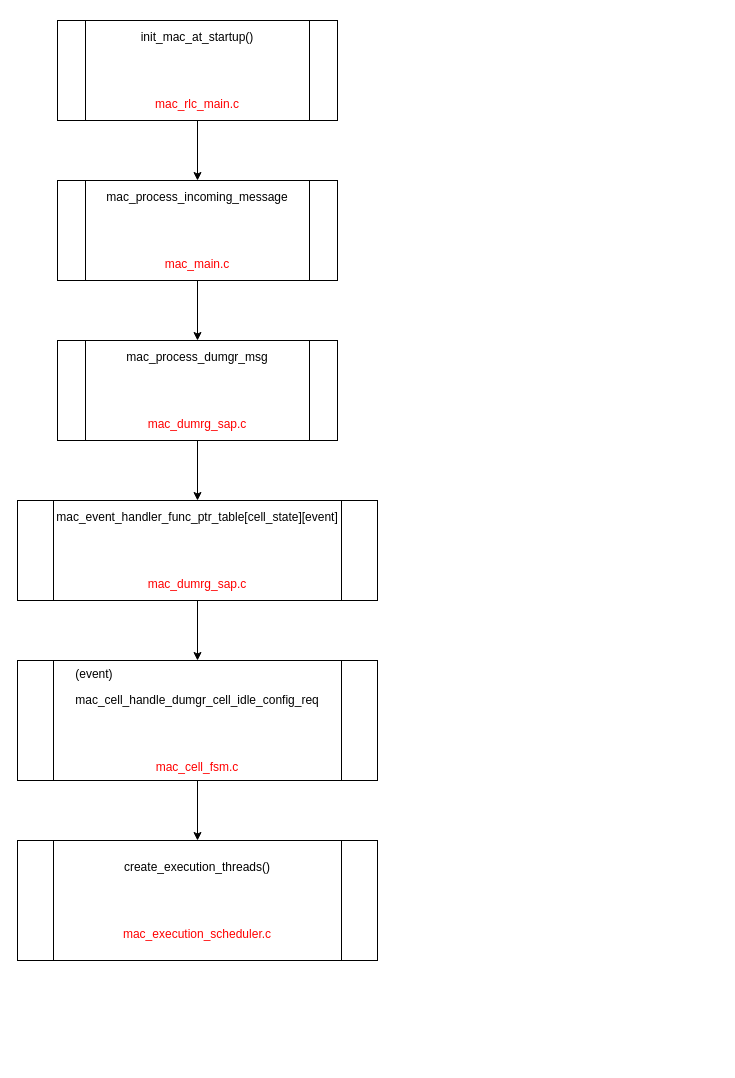
LinhT321099/Hello_World keeps this draw.io diagram as .idea/Untitled Diagram.drawio. Above is the earlier version. Source tidied: cells renumbered, new cells numbered last; positions are measured from the earlier drawing's top-left corner, leaving out a move shared by most shapes. Both pictures are drawn from the tidied source at 100%, with x=0, y=0 at pixel (17, 20).
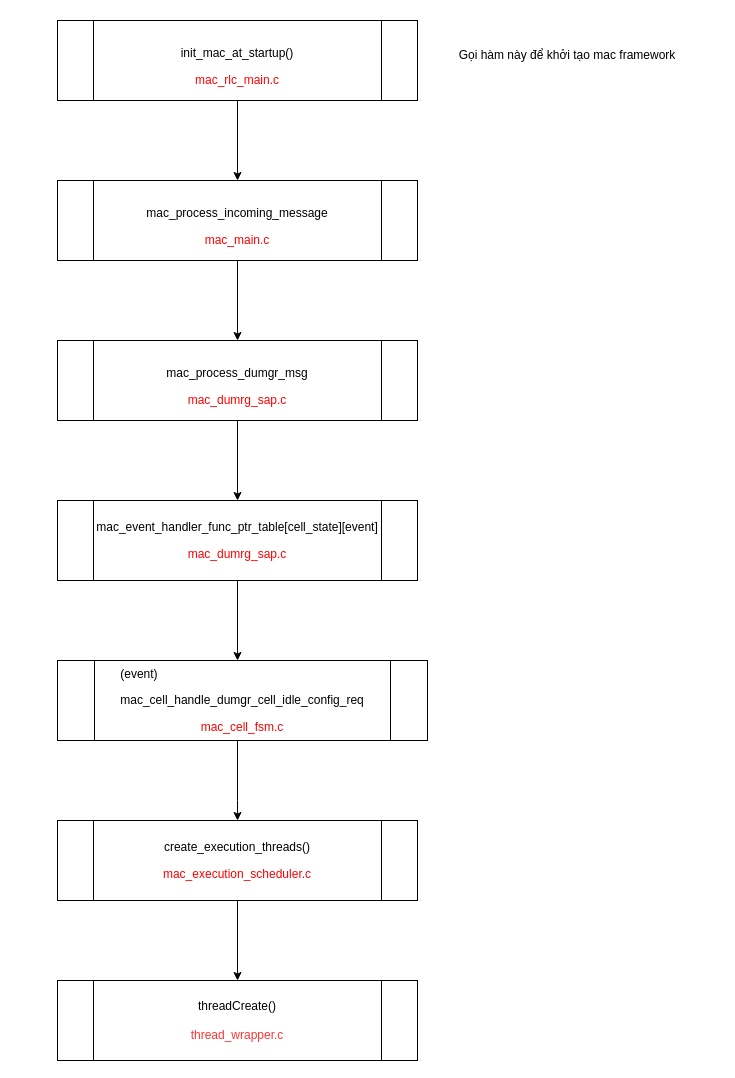
Above is the later version.

What changed in the source:
```diff
@@
 <mxGraphModel>
   <root>
     <mxCell id="0" />
     <mxCell id="1" parent="0" />
     <mxCell id="2" style="edgeStyle=orthogonalEdgeStyle;rounded=0;jettySize=auto;html=1;" parent="1" edge="1" source="3" target="5">
       <mxGeometry relative="1" as="geometry" />
     </mxCell>
-    <mxCell id="3" value="&lt;p class=&quot;MsoNormal&quot;&gt;init_mac_at_startup() &lt;/p&gt;&lt;br/&gt;&lt;br/&gt;&lt;p class=&quot;MsoNormal&quot;&gt;&lt;span style=&quot;color: red&quot;&gt;mac_rlc_main.c&lt;/span&gt;&lt;/p&gt;" style="shape=process;whiteSpace=wrap;html=1;backgroundOutline=1;" parent="1" vertex="1">
-      <mxGeometry x="40" width="280" height="100" as="geometry" />
+    <mxCell id="3" value="&lt;p class=&quot;MsoNormal&quot;&gt;init_mac_at_startup() &lt;/p&gt;&lt;span style=&quot;color: red&quot;&gt;mac_rlc_main.c&lt;/span&gt;" style="shape=process;whiteSpace=wrap;html=1;backgroundOutline=1;" parent="1" vertex="1">
+      <mxGeometry x="40" width="360" height="80" as="geometry" />
     </mxCell>
     <mxCell id="4" style="edgeStyle=orthogonalEdgeStyle;rounded=0;jettySize=auto;html=1;" parent="1" edge="1" source="5" target="7">
       <mxGeometry relative="1" as="geometry" />
     </mxCell>
-    <mxCell id="5" value="&lt;p class=&quot;MsoNormal&quot;&gt;mac_process_incoming_message&lt;br/&gt;&lt;/p&gt;&lt;br/&gt;&lt;br/&gt;&lt;p class=&quot;MsoNormal&quot;&gt;&lt;span style=&quot;color: red&quot;&gt;mac_main.c&lt;/span&gt;&lt;/p&gt;" style="shape=process;whiteSpace=wrap;html=1;backgroundOutline=1;" parent="1" vertex="1">
-      <mxGeometry x="40" y="160" width="280" height="100" as="geometry" />
+    <mxCell id="5" value="&lt;p class=&quot;MsoNormal&quot;&gt;mac_process_incoming_message&lt;br&gt;&lt;/p&gt;&lt;span style=&quot;color: red&quot;&gt;mac_main.c&lt;/span&gt;" style="shape=process;whiteSpace=wrap;html=1;backgroundOutline=1;" parent="1" vertex="1">
+      <mxGeometry x="40" y="160" width="360" height="80" as="geometry" />
     </mxCell>
     <mxCell id="6" style="edgeStyle=orthogonalEdgeStyle;rounded=0;jettySize=auto;html=1;" parent="1" edge="1" source="7" target="9">
       <mxGeometry relative="1" as="geometry" />
     </mxCell>
-    <mxCell id="7" value="&lt;p class=&quot;MsoNormal&quot;&gt;mac_process_dumgr_msg &lt;/p&gt;&lt;br/&gt;&lt;br/&gt;&lt;p class=&quot;MsoNormal&quot;&gt;&lt;span style=&quot;color: red&quot;&gt;mac_dumrg_sap.c&lt;/span&gt;&lt;/p&gt;" style="shape=process;whiteSpace=wrap;html=1;backgroundOutline=1;" parent="1" vertex="1">
-      <mxGeometry x="40" y="320" width="280" height="100" as="geometry" />
+    <mxCell id="7" value="&lt;p class=&quot;MsoNormal&quot;&gt;mac_process_dumgr_msg &lt;/p&gt;&lt;span style=&quot;color: red&quot;&gt;mac_dumrg_sap.c&lt;/span&gt;" style="shape=process;whiteSpace=wrap;html=1;backgroundOutline=1;" parent="1" vertex="1">
+      <mxGeometry x="40" y="320" width="360" height="80" as="geometry" />
     </mxCell>
     <mxCell id="8" style="edgeStyle=orthogonalEdgeStyle;rounded=0;jettySize=auto;html=1;" parent="1" edge="1" source="9" target="11">
-      <mxGeometry relative="1" as="geometry" />
+      <mxGeometry relative="1" as="geometry">
+        <Array as="points">
+          <mxPoint x="220" y="630" />
+          <mxPoint x="220" y="630" />
+        </Array>
+      </mxGeometry>
     </mxCell>
-    <mxCell id="9" value="&lt;p class=&quot;MsoNormal&quot;&gt;mac_event_handler_func_ptr_table[cell_state][event]&lt;/p&gt;&lt;p class=&quot;MsoNormal&quot;&gt;&lt;br/&gt;&lt;br/&gt;&lt;/p&gt;&lt;p class=&quot;MsoNormal&quot;&gt;&lt;span style=&quot;color: red&quot;&gt;mac_dumrg_sap.c&lt;/span&gt;&lt;/p&gt;" style="shape=process;whiteSpace=wrap;html=1;backgroundOutline=1;" parent="1" vertex="1">
-      <mxGeometry y="480" width="360" height="100" as="geometry" />
+    <mxCell id="9" value="&lt;p class=&quot;MsoNormal&quot;&gt;mac_event_handler_func_ptr_table[cell_state][event]&lt;/p&gt;&lt;p class=&quot;MsoNormal&quot;&gt;&lt;span style=&quot;color: red&quot;&gt;mac_dumrg_sap.c&lt;/span&gt;&lt;br&gt;&lt;/p&gt;" style="shape=process;whiteSpace=wrap;html=1;backgroundOutline=1;" parent="1" vertex="1">
+      <mxGeometry x="40" y="480" width="360" height="80" as="geometry" />
     </mxCell>
     <mxCell id="10" style="edgeStyle=orthogonalEdgeStyle;rounded=0;jettySize=auto;html=1;" parent="1" edge="1" source="11" target="12">
-      <mxGeometry relative="1" as="geometry" />
+      <mxGeometry relative="1" as="geometry">
+        <Array as="points">
+          <mxPoint x="220" y="780" />
+          <mxPoint x="220" y="780" />
+        </Array>
+      </mxGeometry>
     </mxCell>
-    <mxCell id="11" value="&lt;p class=&quot;MsoNormal&quot; style=&quot;text-align: left&quot;&gt;(event)&amp;nbsp;&lt;/p&gt;&lt;p class=&quot;MsoNormal&quot;&gt;mac_cell_handle_dumgr_cell_idle_config_req&lt;/p&gt;&lt;p class=&quot;MsoNormal&quot;&gt;&lt;br&gt;&lt;br&gt;&lt;/p&gt;&lt;p class=&quot;MsoNormal&quot;&gt;&lt;span style=&quot;color: red&quot;&gt;mac_cell_fsm.c&lt;/span&gt;&lt;/p&gt;" style="shape=process;whiteSpace=wrap;html=1;backgroundOutline=1;" parent="1" vertex="1">
-      <mxGeometry y="640" width="360" height="120" as="geometry" />
+    <mxCell id="11" value="&lt;p class=&quot;MsoNormal&quot; style=&quot;text-align: left&quot;&gt;(event)&amp;nbsp;&lt;/p&gt;&lt;p class=&quot;MsoNormal&quot;&gt;mac_cell_handle_dumgr_cell_idle_config_req&lt;/p&gt;&lt;p class=&quot;MsoNormal&quot;&gt;&lt;span style=&quot;color: red&quot;&gt;mac_cell_fsm.c&lt;/span&gt;&lt;br&gt;&lt;/p&gt;" style="shape=process;whiteSpace=wrap;html=1;backgroundOutline=1;" parent="1" vertex="1">
+      <mxGeometry x="40" y="640" width="370" height="80" as="geometry" />
     </mxCell>
+    <mxCell id="13" style="edgeStyle=orthogonalEdgeStyle;rounded=0;jettySize=auto;html=1;" parent="1" edge="1" source="12" target="14">
+      <mxGeometry relative="1" as="geometry" />
+    </mxCell>
-    <mxCell id="12" value="&lt;p class=&quot;MsoNormal&quot;&gt;create_execution_threads()&lt;br/&gt;&lt;/p&gt;&lt;p class=&quot;MsoNormal&quot; style=&quot;text-align: left&quot;&gt;&lt;br/&gt;&lt;br/&gt;&lt;/p&gt;&lt;p class=&quot;MsoNormal&quot;&gt;&lt;span style=&quot;color: red&quot;&gt;mac_execution_scheduler.c&lt;/span&gt;&lt;/p&gt;" style="shape=process;whiteSpace=wrap;html=1;backgroundOutline=1;" parent="1" vertex="1">
-      <mxGeometry y="820" width="360" height="120" as="geometry" />
+    <mxCell id="12" value="&lt;p class=&quot;MsoNormal&quot;&gt;create_execution_threads()&lt;br&gt;&lt;/p&gt;&lt;p class=&quot;MsoNormal&quot; style=&quot;text-align: left&quot;&gt;&lt;span style=&quot;color: red ; text-align: center&quot;&gt;mac_execution_scheduler.c&lt;/span&gt;&lt;br&gt;&lt;/p&gt;" style="shape=process;whiteSpace=wrap;html=1;backgroundOutline=1;" parent="1" vertex="1">
+      <mxGeometry x="40" y="800" width="360" height="80" as="geometry" />
     </mxCell>
+    <mxCell id="14" value="threadCreate()&lt;br&gt;&lt;br&gt;&lt;font color=&quot;#ff3333&quot;&gt;thread_wrapper.c&lt;/font&gt;" style="shape=process;whiteSpace=wrap;html=1;backgroundOutline=1;" parent="1" vertex="1">
+      <mxGeometry x="40" y="960" width="360" height="80" as="geometry" />
+    </mxCell>
+    <mxCell id="15" value="Gọi hàm này để khởi tạo mac framework" style="text;html=1;strokeColor=none;fillColor=none;align=center;verticalAlign=middle;whiteSpace=wrap;rounded=0;" parent="1" vertex="1">
+      <mxGeometry x="400" y="10" width="300" height="50" as="geometry" />
+    </mxCell>
   </root>
 </mxGraphModel>
```
